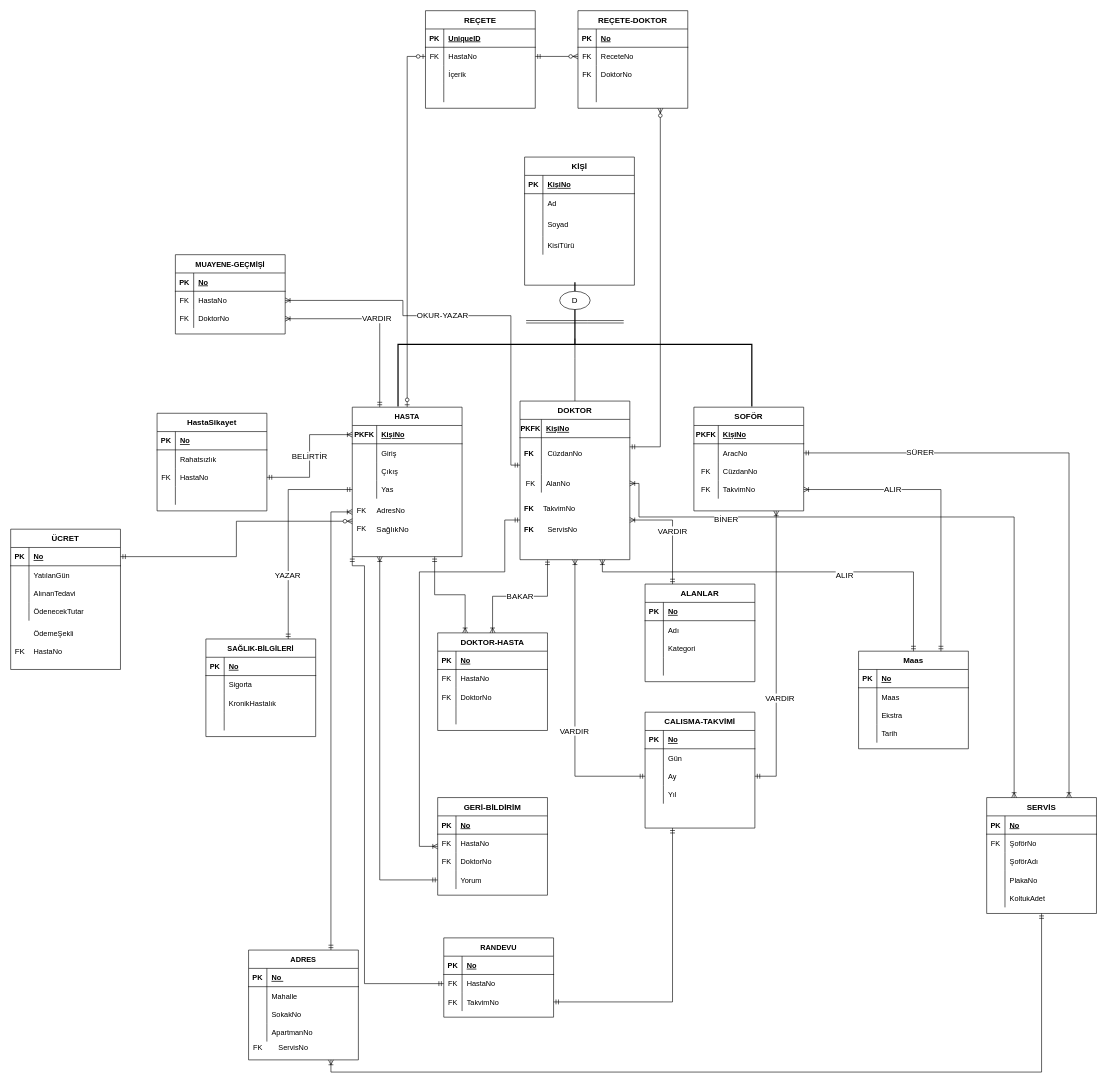
This is Untitled Diagram.drawio from derleyici/DatabaseManagementSystems, a draw.io file, before an edit. Source tidied: cells renumbered, new cells numbered last; positions are measured from the earlier drawing's top-left corner, leaving out a move shared by most shapes. Both pictures are drawn from the tidied source at 61%, with x=0, y=0 at pixel (10, 10).
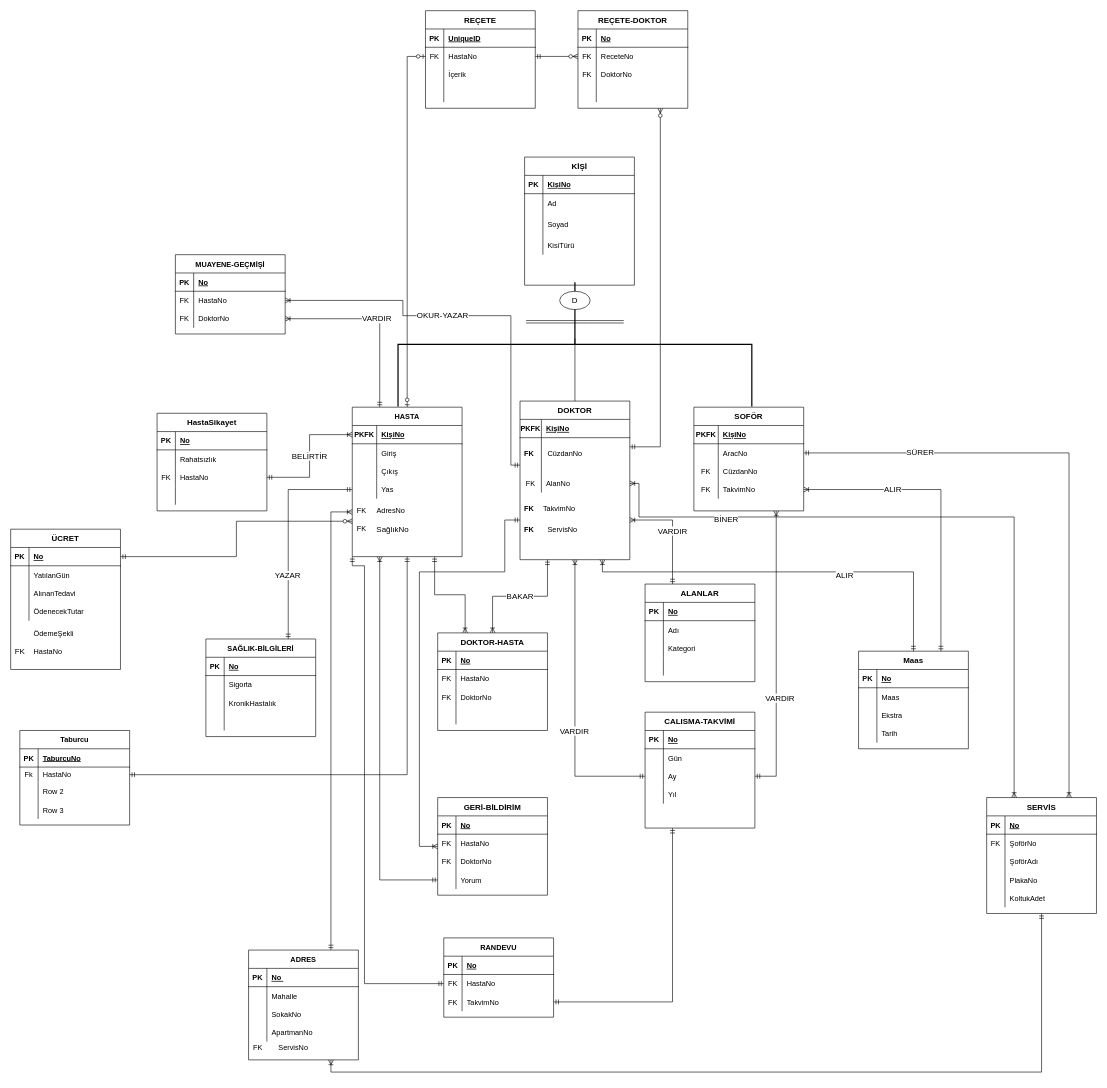
The same page after the edit.

The change refers to these unchanged cells:
```xml
<mxCell id="6" value="HASTA" style="shape=table;startSize=30;childLayout=tableLayout;rowLines=0;fontStyle=1;align=center;" parent="1" vertex="1">
  <mxGeometry x="560" y="650" width="180" height="245" as="geometry" />
</mxCell>
```

Change to the diagram source:
```diff
@@
+    <mxCell id="283" style="edgeStyle=orthogonalEdgeStyle;rounded=0;jettySize=auto;html=1;exitX=0.5;exitY=1;exitDx=0;exitDy=0;entryX=1;entryY=0.5;entryDx=0;entryDy=0;startArrow=ERmandOne;startFill=0;endArrow=ERmandOne;endFill=0;" parent="1" edge="1" source="6" target="288">
+      <mxGeometry relative="1" as="geometry" />
+    </mxCell>
@@
+    <mxCell id="284" value="Taburcu" style="shape=table;startSize=30;childLayout=tableLayout;rowLines=0;fontStyle=1;align=center;" parent="1" vertex="1">
+      <mxGeometry x="15" y="1180" width="180" height="155" as="geometry" />
+    </mxCell>
+    <mxCell id="285" style="shape=partialRectangle;fillColor=none;top=0;left=0;bottom=1;right=0;" parent="284" vertex="1">
+      <mxGeometry y="30" width="180" height="30" as="geometry" />
+    </mxCell>
+    <mxCell id="286" value="PK" style="shape=partialRectangle;fillColor=none;top=0;left=0;bottom=0;right=0;fontStyle=1;overflow=hidden;" parent="285" vertex="1">
+      <mxGeometry width="30" height="30" as="geometry" />
+    </mxCell>
+    <mxCell id="287" value="TaburcuNo" style="shape=partialRectangle;fillColor=none;top=0;left=0;bottom=0;right=0;align=left;spacingLeft=6;fontStyle=5;overflow=hidden;" parent="285" vertex="1">
+      <mxGeometry x="30" width="150" height="30" as="geometry" />
+    </mxCell>
+    <mxCell id="288" style="shape=partialRectangle;fillColor=none;top=0;left=0;bottom=0;right=0;points=[[0,0.5],[1,0.5]];portConstraint=eastwest;" parent="284" vertex="1">
+      <mxGeometry y="60" width="180" height="25" as="geometry" />
+    </mxCell>
+    <mxCell id="289" value="Fk" style="shape=partialRectangle;fillColor=none;top=0;left=0;bottom=0;right=0;overflow=hidden;" parent="288" vertex="1">
+      <mxGeometry width="30" height="25" as="geometry" />
+    </mxCell>
+    <mxCell id="290" value="HastaNo" style="shape=partialRectangle;fillColor=none;top=0;left=0;bottom=0;right=0;align=left;spacingLeft=6;overflow=hidden;" parent="288" vertex="1">
+      <mxGeometry x="30" width="150" height="25" as="geometry" />
+    </mxCell>
+    <mxCell id="291" style="shape=partialRectangle;fillColor=none;top=0;left=0;bottom=0;right=0;" parent="284" vertex="1">
+      <mxGeometry y="85" width="180" height="30" as="geometry" />
+    </mxCell>
+    <mxCell id="292" style="shape=partialRectangle;fillColor=none;top=0;left=0;bottom=0;right=0;overflow=hidden;" parent="291" vertex="1">
+      <mxGeometry width="30" height="30" as="geometry" />
+    </mxCell>
+    <mxCell id="293" value="Row 2" style="shape=partialRectangle;fillColor=none;top=0;left=0;bottom=0;right=0;align=left;spacingLeft=6;overflow=hidden;" parent="291" vertex="1">
+      <mxGeometry x="30" width="150" height="30" as="geometry" />
+    </mxCell>
+    <mxCell id="294" style="shape=partialRectangle;fillColor=none;top=0;left=0;bottom=0;right=0;" parent="284" vertex="1">
+      <mxGeometry y="115" width="180" height="30" as="geometry" />
+    </mxCell>
+    <mxCell id="295" style="shape=partialRectangle;fillColor=none;top=0;left=0;bottom=0;right=0;overflow=hidden;" parent="294" vertex="1">
+      <mxGeometry width="30" height="30" as="geometry" />
+    </mxCell>
+    <mxCell id="296" value="Row 3" style="shape=partialRectangle;fillColor=none;top=0;left=0;bottom=0;right=0;align=left;spacingLeft=6;overflow=hidden;" parent="294" vertex="1">
+      <mxGeometry x="30" width="150" height="30" as="geometry" />
+    </mxCell>
```
